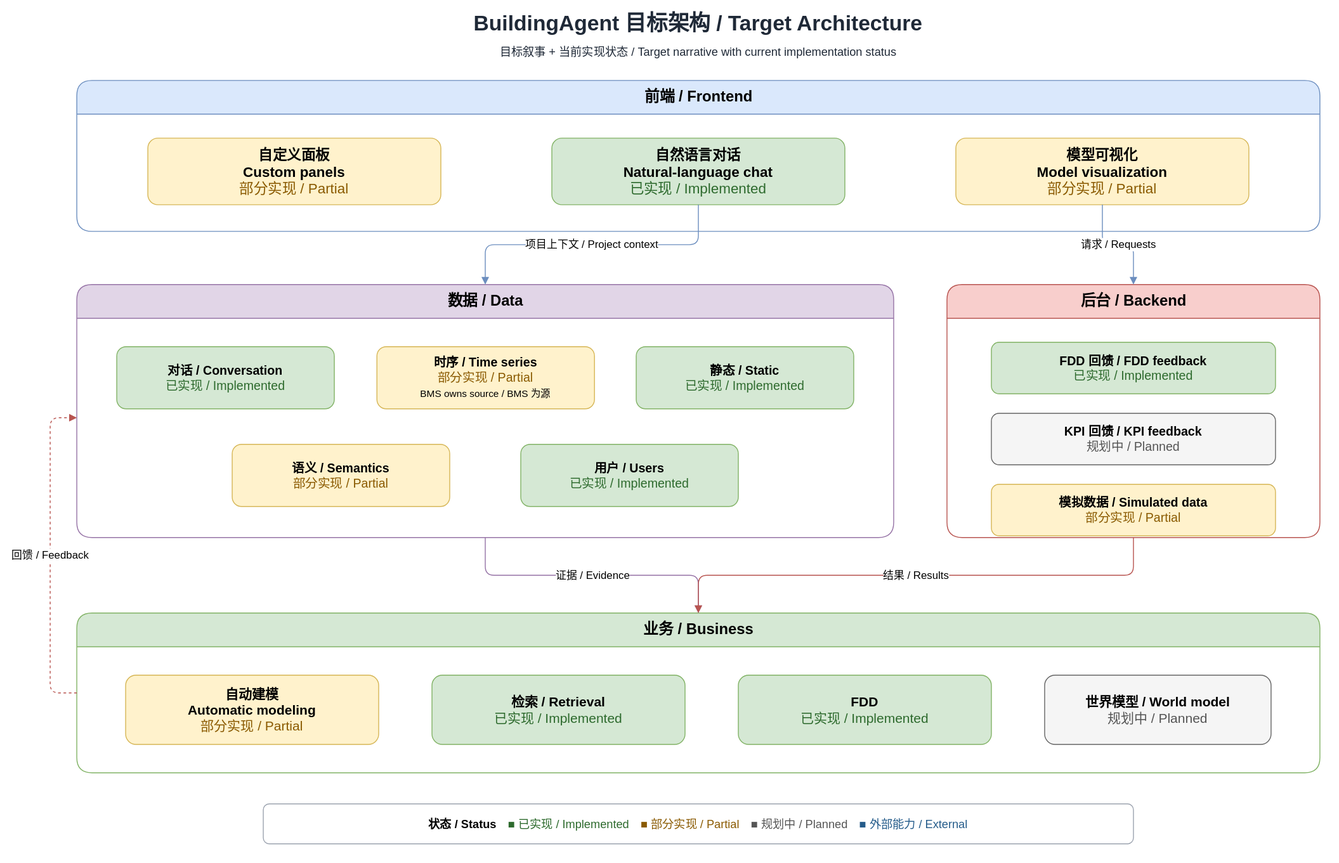
Above: docs/assets/diagrams/target-architecture.drawio.svg in LiMingchen159/BuildingAgent (draw.io), before the change. Source tidied: cells renumbered, new cells last; positions are measured from the earlier drawing's top-left corner, leaving out a move shared by most shapes.
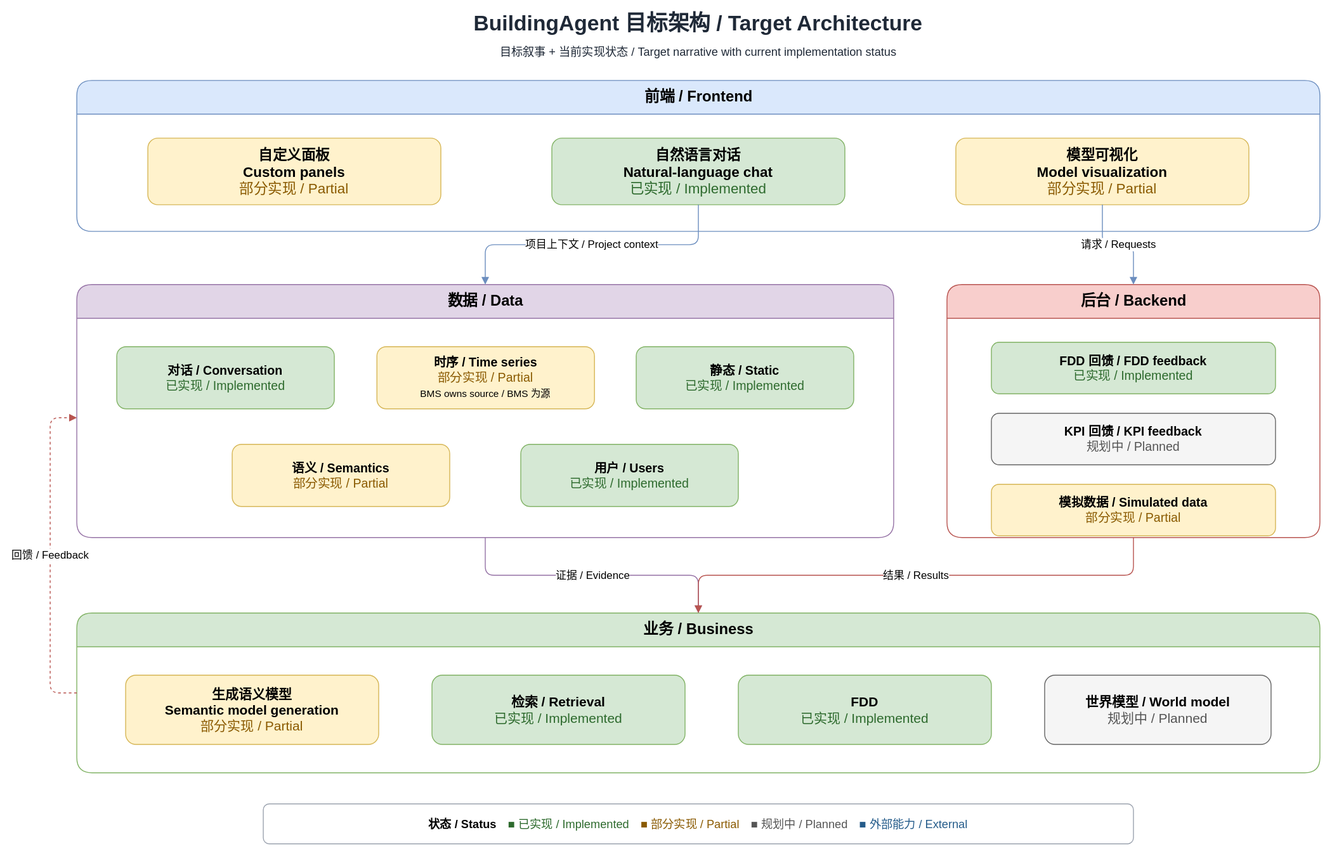
Above is the later version.

Commit message:
docs(architecture): rename semantic model generation label

What changed in the source:
```diff
@@ -50,7 +50,7 @@
     <mxCell id="17" value="&lt;b&gt;业务 / Business&lt;/b&gt;" style="swimlane;html=1;rounded=1;startSize=38;horizontal=1;fillColor=#d5e8d4;strokeColor=#82b366;fontSize=17;fontStyle=1;" parent="1" vertex="1">
       <mxGeometry x="30" y="680" width="1400" height="180" as="geometry" />
     </mxCell>
-    <mxCell id="18" value="&lt;b&gt;自动建模&lt;br&gt;Automatic modeling&lt;/b&gt;&lt;br&gt;&lt;font color=&quot;#8a5a00&quot;&gt;部分实现 / Partial&lt;/font&gt;" style="rounded=1;whiteSpace=wrap;html=1;fillColor=#fff2cc;strokeColor=#d6b656;fontSize=15;" parent="1" vertex="1">
+    <mxCell id="18" value="&lt;b&gt;生成语义模型&lt;br&gt;Semantic model generation&lt;/b&gt;&lt;br&gt;&lt;font color=&quot;#8a5a00&quot;&gt;部分实现 / Partial&lt;/font&gt;" style="rounded=1;whiteSpace=wrap;html=1;fillColor=#fff2cc;strokeColor=#d6b656;fontSize=15;" parent="1" vertex="1">
       <mxGeometry x="85" y="750" width="285" height="78" as="geometry" />
     </mxCell>
     <mxCell id="19" value="&lt;b&gt;检索 / Retrieval&lt;/b&gt;&lt;br&gt;&lt;font color=&quot;#2d6a2d&quot;&gt;已实现 / Implemented&lt;/font&gt;" style="rounded=1;whiteSpace=wrap;html=1;fillColor=#d5e8d4;strokeColor=#82b366;fontSize=15;" parent="1" vertex="1">
```
